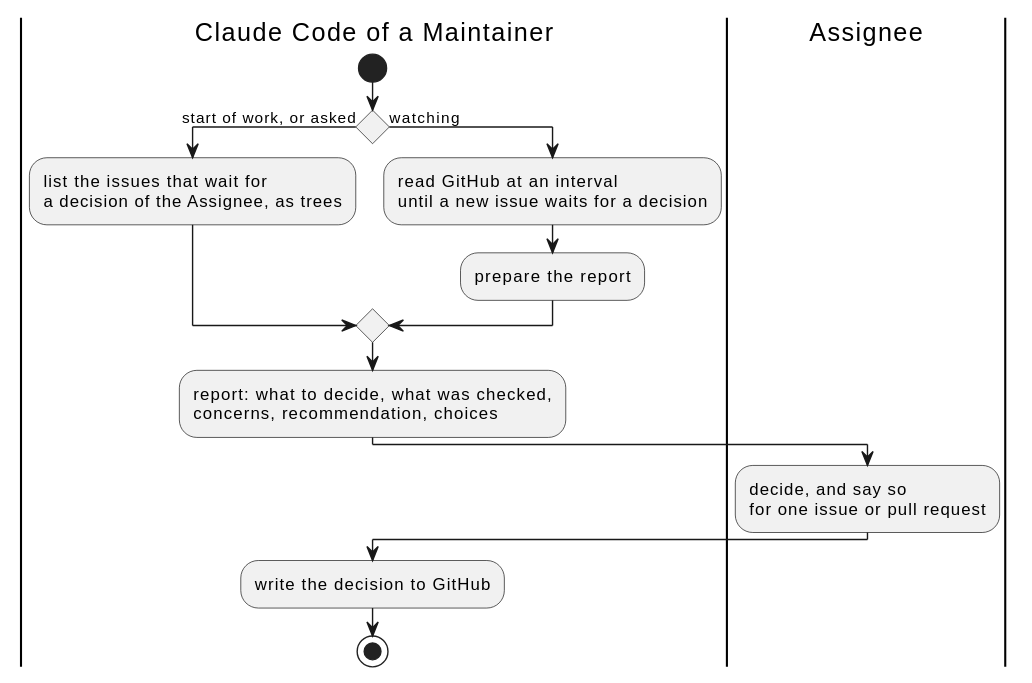
Earlier version of the PlantUML export docs/ja/requirements/decide/overview.svg (cloveclovedev/cumin-works). The source it was exported from:
```plantuml
@startuml

|Claude Code of a Maintainer|
start
if () then (start of work, or asked)
  :list the issues that wait for\na decision of the Assignee, as trees;
else (watching)
  :read GitHub at an interval\nuntil a new issue waits for a decision;
  :prepare the report;
endif
:report: what to decide, what was checked,\nconcerns, recommendation, choices;
|Assignee|
:decide, and say so\nfor one issue or pull request;
|Claude Code of a Maintainer|
:write the decision to GitHub;
stop
@enduml
```
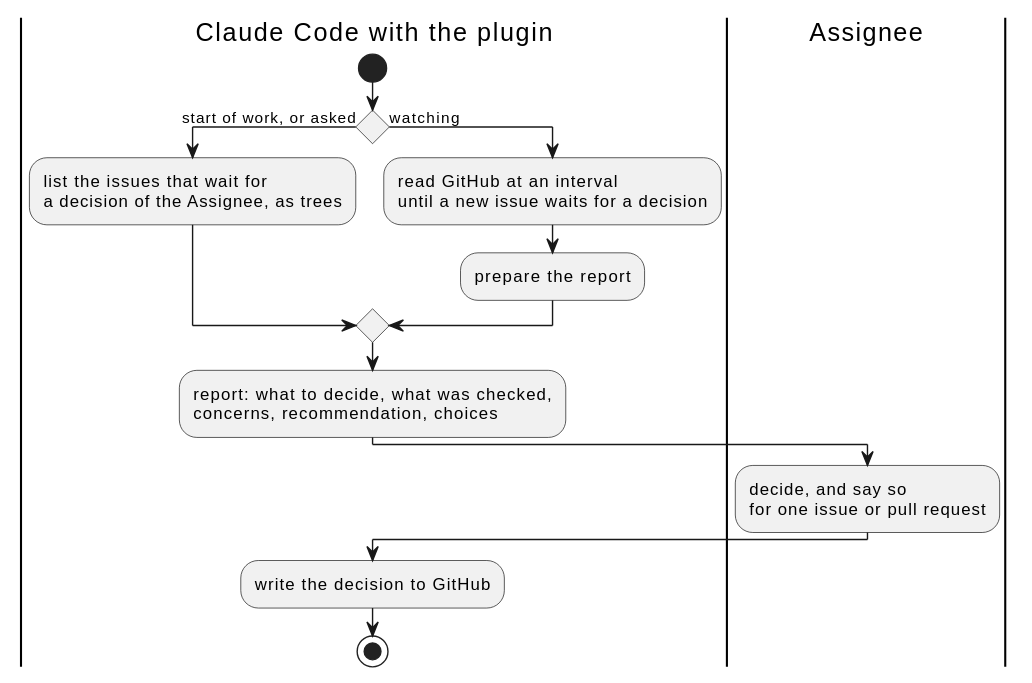
Later version of the same file.

Commit message:
docs(requirements): call the Claude Code that a person uses with the plugin just Claude Code

Diff of the diagram source:
```diff
@@ -1,6 +1,6 @@
 @startuml
 
-|Claude Code of a Maintainer|
+|Claude Code with the plugin|
 start
 if () then (start of work, or asked)
   :list the issues that wait for\na decision of the Assignee, as trees;
@@ -11,7 +11,7 @@
 :report: what to decide, what was checked,\nconcerns, recommendation, choices;
 |Assignee|
 :decide, and say so\nfor one issue or pull request;
-|Claude Code of a Maintainer|
+|Claude Code with the plugin|
 :write the decision to GitHub;
 stop
 @enduml
```
